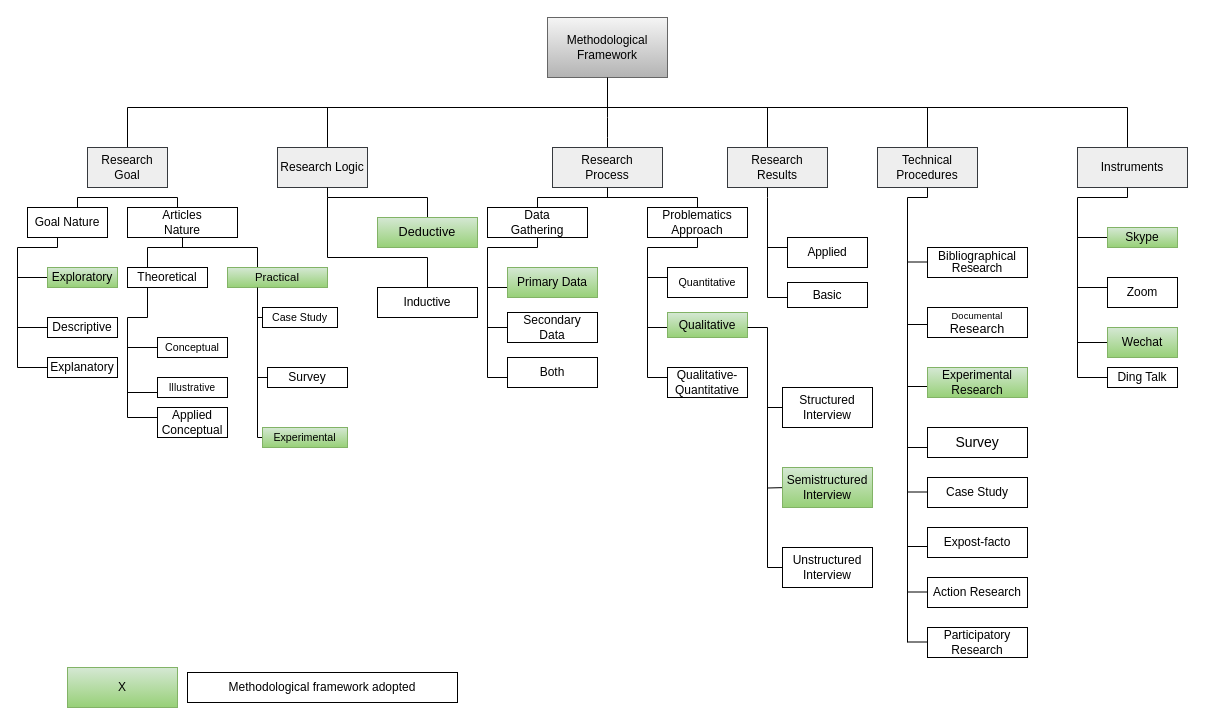
Before: Ari.drawio in zhang144999/repository, a draw.io diagram. Source tidied: cells renumbered, new cells numbered last; positions are measured from the earlier drawing's top-left corner, leaving out a move shared by most shapes. Both pictures are drawn from the tidied source at 100%, with x=0, y=0 at pixel (17, 17).
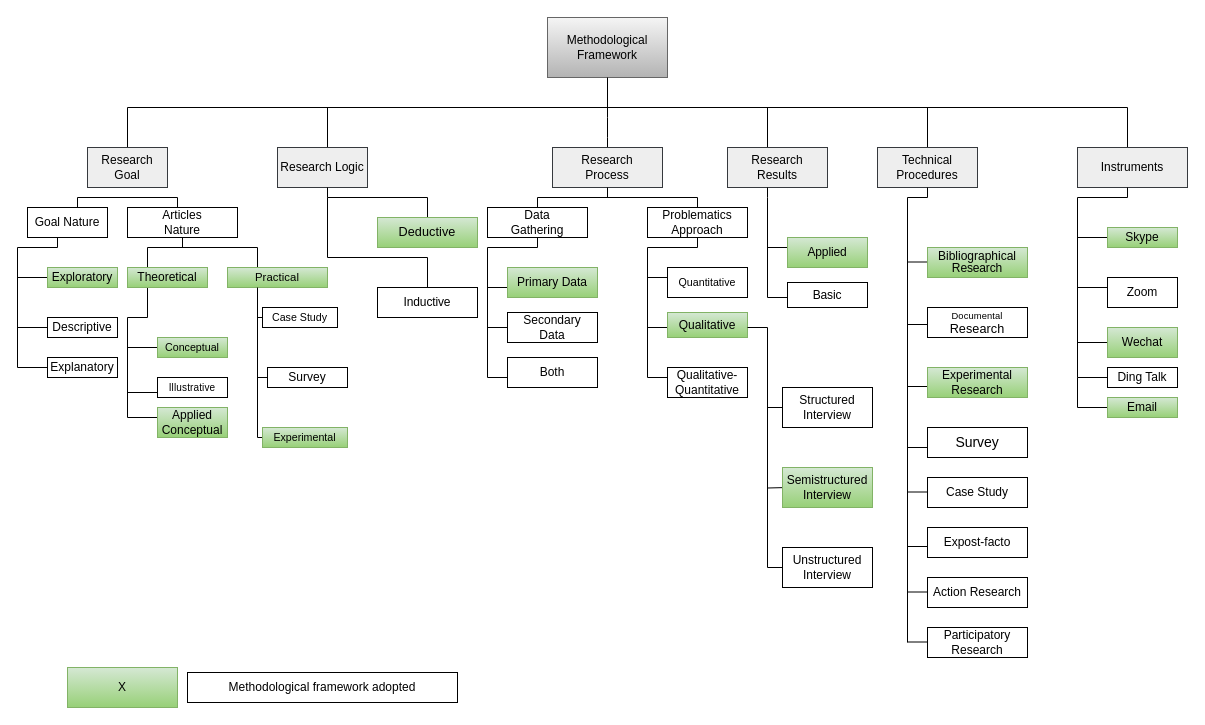
After the change.

Diff of the diagram source:
```diff
@@
-    <mxCell id="42" value="Theoretical" style="rounded=0;whiteSpace=wrap;html=1;" parent="1" vertex="1">
+    <mxCell id="42" value="Theoretical" style="rounded=0;whiteSpace=wrap;html=1;fillColor=#d5e8d4;strokeColor=#82b366;gradientColor=#97d077;" parent="1" vertex="1">
       <mxGeometry x="110" y="250" width="80" height="20" as="geometry" />
     </mxCell>
@@
-    <mxCell id="48" value="&lt;p class=&quot;MsoNormal&quot;&gt;&lt;span style=&quot;font-size: 8pt&quot;&gt;Conceptual&lt;/span&gt;&lt;/p&gt;" style="rounded=0;whiteSpace=wrap;html=1;" parent="1" vertex="1">
+    <mxCell id="48" value="&lt;p class=&quot;MsoNormal&quot;&gt;&lt;span style=&quot;font-size: 8pt&quot;&gt;Conceptual&lt;/span&gt;&lt;/p&gt;" style="rounded=0;whiteSpace=wrap;html=1;gradientColor=#97d077;fillColor=#d5e8d4;strokeColor=#82b366;" parent="1" vertex="1">
       <mxGeometry x="140" y="320" width="70" height="20" as="geometry" />
     </mxCell>
-    <mxCell id="49" value="Applied&lt;br&gt;Conceptual" style="rounded=0;whiteSpace=wrap;html=1;" parent="1" vertex="1">
+    <mxCell id="49" value="Applied&lt;br&gt;Conceptual" style="rounded=0;whiteSpace=wrap;html=1;gradientColor=#97d077;fillColor=#d5e8d4;strokeColor=#82b366;" parent="1" vertex="1">
       <mxGeometry x="140" y="390" width="70" height="30" as="geometry" />
     </mxCell>
@@
-    <mxCell id="92" value="&lt;p class=&quot;MsoNormal&quot;&gt;&lt;span style=&quot;letter-spacing: -0.1pt ; font-size: 9pt&quot;&gt;Applied&lt;/span&gt;&lt;/p&gt;" style="rounded=0;whiteSpace=wrap;html=1;" parent="1" vertex="1">
+    <mxCell id="92" value="&lt;p class=&quot;MsoNormal&quot;&gt;&lt;span style=&quot;letter-spacing: -0.1pt ; font-size: 9pt&quot;&gt;Applied&lt;/span&gt;&lt;/p&gt;" style="rounded=0;whiteSpace=wrap;html=1;gradientColor=#97d077;fillColor=#d5e8d4;strokeColor=#82b366;" parent="1" vertex="1">
       <mxGeometry x="770" y="220" width="80" height="30" as="geometry" />
     </mxCell>
@@
-    <mxCell id="109" value="&lt;p class=&quot;MsoNormal&quot; style=&quot;margin: 0pt; text-indent: 0pt; line-height: 8.95pt;&quot;&gt;&lt;span style=&quot;font-size: 9pt&quot;&gt;Bibliographical&lt;/span&gt;&lt;/p&gt;&lt;p class=&quot;MsoNormal&quot; style=&quot;margin: 0pt; text-indent: 0pt; line-height: 8.95pt;&quot;&gt;&lt;span style=&quot;letter-spacing: -0.1pt ; font-size: 9pt&quot;&gt;Research&lt;/span&gt;&lt;span style=&quot;font-size: 9pt&quot;&gt;&lt;/span&gt;&lt;/p&gt;" style="rounded=0;whiteSpace=wrap;html=1;align=center;" parent="1" vertex="1">
+    <mxCell id="109" value="&lt;p class=&quot;MsoNormal&quot; style=&quot;margin: 0pt; text-indent: 0pt; line-height: 8.95pt;&quot;&gt;&lt;span style=&quot;font-size: 9pt&quot;&gt;Bibliographical&lt;/span&gt;&lt;/p&gt;&lt;p class=&quot;MsoNormal&quot; style=&quot;margin: 0pt; text-indent: 0pt; line-height: 8.95pt;&quot;&gt;&lt;span style=&quot;letter-spacing: -0.1pt ; font-size: 9pt&quot;&gt;Research&lt;/span&gt;&lt;span style=&quot;font-size: 9pt&quot;&gt;&lt;/span&gt;&lt;/p&gt;" style="rounded=0;whiteSpace=wrap;html=1;align=center;gradientColor=#97d077;fillColor=#d5e8d4;strokeColor=#82b366;" parent="1" vertex="1">
       <mxGeometry x="910" y="230" width="100" height="30" as="geometry" />
     </mxCell>
@@
+    <mxCell id="131" style="endArrow=none;html=1;" parent="1" edge="1">
+      <mxGeometry relative="1" as="geometry">
+        <mxPoint x="1060" y="390" as="sourcePoint" />
+        <mxPoint x="1060" y="360" as="targetPoint" />
+      </mxGeometry>
+    </mxCell>
+    <mxCell id="132" style="endArrow=none;html=1;" parent="1" edge="1">
+      <mxGeometry relative="1" as="geometry">
+        <mxPoint x="1060" y="390" as="sourcePoint" />
+        <mxPoint x="1090" y="390" as="targetPoint" />
+      </mxGeometry>
+    </mxCell>
+    <mxCell id="133" value="Email" style="rounded=0;whiteSpace=wrap;html=1;gradientColor=#97d077;fillColor=#d5e8d4;strokeColor=#82b366;" parent="1" vertex="1">
+      <mxGeometry x="1090" y="380" width="70" height="20" as="geometry" />
+    </mxCell>
```
